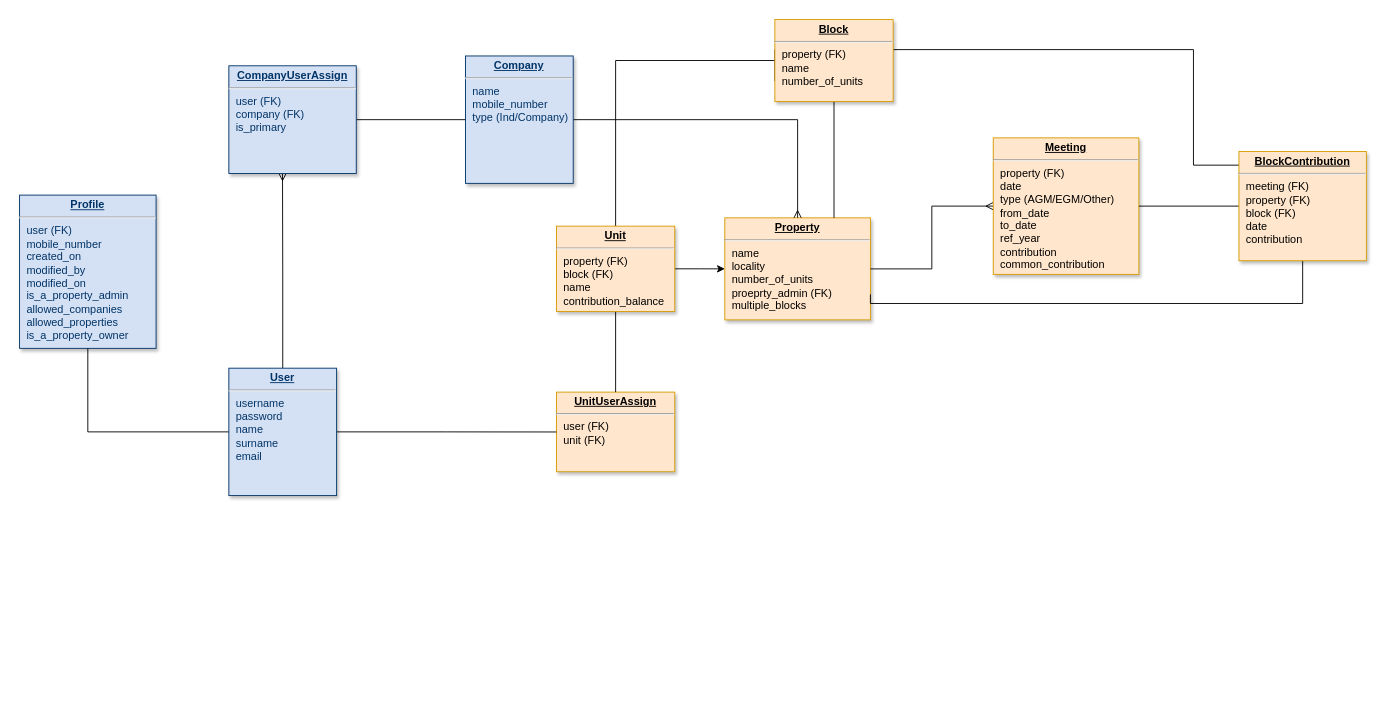
Earlier version of the draw.io diagram Untitled Diagram.drawio (gilubilu/hello-world). Source tidied: cells renumbered, new cells numbered last; positions are measured from the earlier drawing's top-left corner, leaving out a move shared by most shapes. Both pictures are drawn from the tidied source at 91%, with x=0, y=0 at pixel (19, 19).
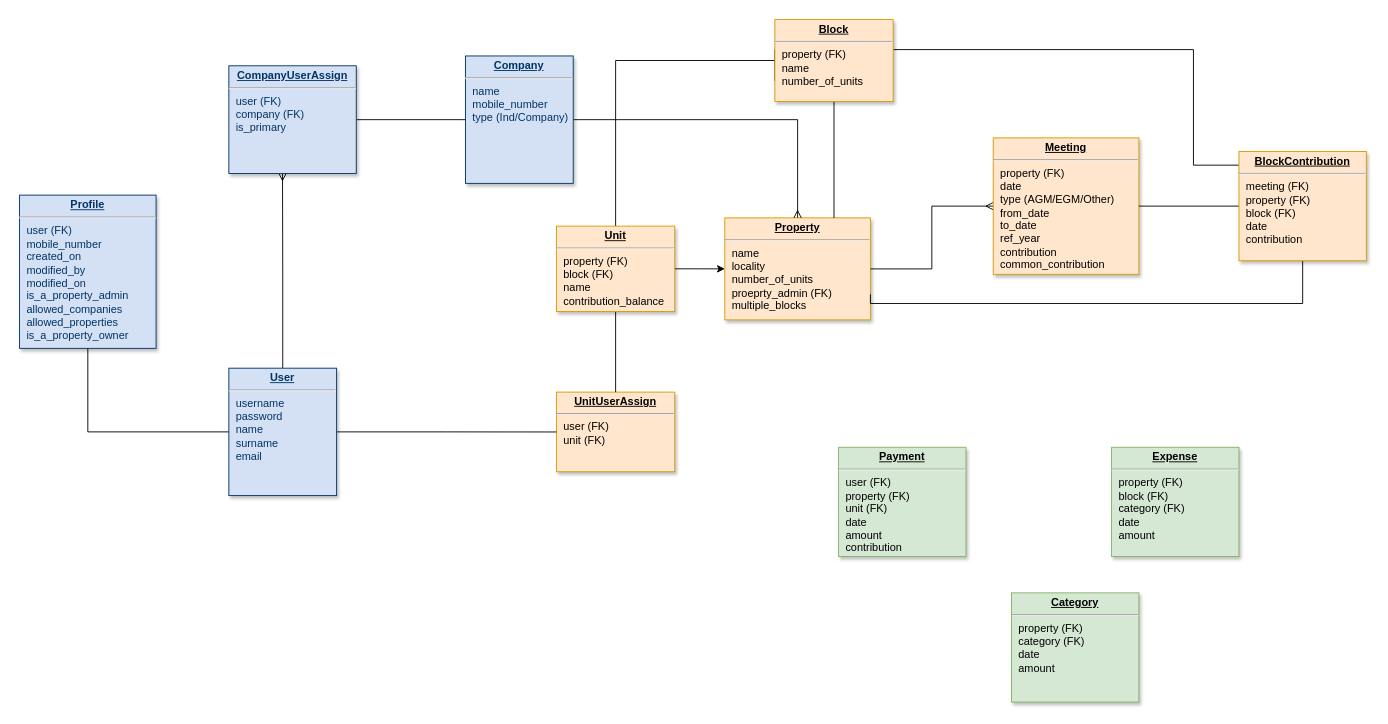
Above is the later version.

The edit, as a diff of the source:
```diff
@@
+    <mxCell id="25" value="&lt;p style=&quot;margin: 0px ; margin-top: 4px ; text-align: center ; text-decoration: underline&quot;&gt;&lt;strong&gt;Payment&lt;/strong&gt;&lt;/p&gt;&lt;hr&gt;&lt;p style=&quot;margin: 0px ; margin-left: 8px&quot;&gt;&lt;span&gt;user (FK)&lt;/span&gt;&lt;br&gt;&lt;/p&gt;&lt;p style=&quot;margin: 0px ; margin-left: 8px&quot;&gt;&lt;span&gt;property (FK)&lt;/span&gt;&lt;/p&gt;&lt;p style=&quot;margin: 0px ; margin-left: 8px&quot;&gt;&lt;span&gt;unit (FK)&lt;/span&gt;&lt;/p&gt;&lt;p style=&quot;margin: 0px ; margin-left: 8px&quot;&gt;date&lt;span&gt;&lt;br&gt;&lt;/span&gt;&lt;/p&gt;&lt;p style=&quot;margin: 0px ; margin-left: 8px&quot;&gt;&lt;span&gt;amount&lt;/span&gt;&lt;br&gt;&lt;/p&gt;&lt;p style=&quot;margin: 0px ; margin-left: 8px&quot;&gt;contribution&lt;br&gt;&lt;/p&gt;" style="verticalAlign=top;align=left;overflow=fill;fontSize=12;fontFamily=Helvetica;html=1;strokeColor=#82b366;shadow=1;fillColor=#d5e8d4;direction=west;" parent="1" vertex="1">
+      <mxGeometry x="900" y="470" width="140" height="120" as="geometry" />
+    </mxCell>
+    <mxCell id="26" value="&lt;p style=&quot;margin: 0px ; margin-top: 4px ; text-align: center ; text-decoration: underline&quot;&gt;&lt;strong&gt;Expense&lt;/strong&gt;&lt;/p&gt;&lt;hr&gt;&lt;p style=&quot;margin: 0px ; margin-left: 8px&quot;&gt;&lt;span&gt;property (FK)&lt;/span&gt;&lt;/p&gt;&lt;p style=&quot;margin: 0px ; margin-left: 8px&quot;&gt;&lt;span&gt;block (FK)&lt;/span&gt;&lt;/p&gt;&lt;p style=&quot;margin: 0px ; margin-left: 8px&quot;&gt;category (FK)&lt;span&gt;&lt;br&gt;&lt;/span&gt;&lt;/p&gt;&lt;p style=&quot;margin: 0px ; margin-left: 8px&quot;&gt;date&lt;/p&gt;&lt;p style=&quot;margin: 0px ; margin-left: 8px&quot;&gt;&lt;span&gt;amount&lt;/span&gt;&lt;br&gt;&lt;/p&gt;&lt;p style=&quot;margin: 0px ; margin-left: 8px&quot;&gt;&lt;br&gt;&lt;/p&gt;" style="verticalAlign=top;align=left;overflow=fill;fontSize=12;fontFamily=Helvetica;html=1;strokeColor=#82b366;shadow=1;fillColor=#d5e8d4;direction=west;" parent="1" vertex="1">
+      <mxGeometry x="1200" y="470" width="140" height="120" as="geometry" />
+    </mxCell>
+    <mxCell id="27" value="&lt;p style=&quot;margin: 0px ; margin-top: 4px ; text-align: center ; text-decoration: underline&quot;&gt;&lt;strong&gt;Category&lt;/strong&gt;&lt;/p&gt;&lt;hr&gt;&lt;p style=&quot;margin: 0px ; margin-left: 8px&quot;&gt;property (FK)&lt;/p&gt;&lt;p style=&quot;margin: 0px ; margin-left: 8px&quot;&gt;&lt;span&gt;category (FK)&lt;/span&gt;&lt;br&gt;&lt;/p&gt;&lt;p style=&quot;margin: 0px ; margin-left: 8px&quot;&gt;date&lt;/p&gt;&lt;p style=&quot;margin: 0px ; margin-left: 8px&quot;&gt;&lt;span&gt;amount&lt;/span&gt;&lt;br&gt;&lt;/p&gt;&lt;p style=&quot;margin: 0px ; margin-left: 8px&quot;&gt;&lt;br&gt;&lt;/p&gt;" style="verticalAlign=top;align=left;overflow=fill;fontSize=12;fontFamily=Helvetica;html=1;strokeColor=#82b366;shadow=1;fillColor=#d5e8d4;direction=west;" parent="1" vertex="1">
+      <mxGeometry x="1090" y="630" width="140" height="120" as="geometry" />
+    </mxCell>
```
